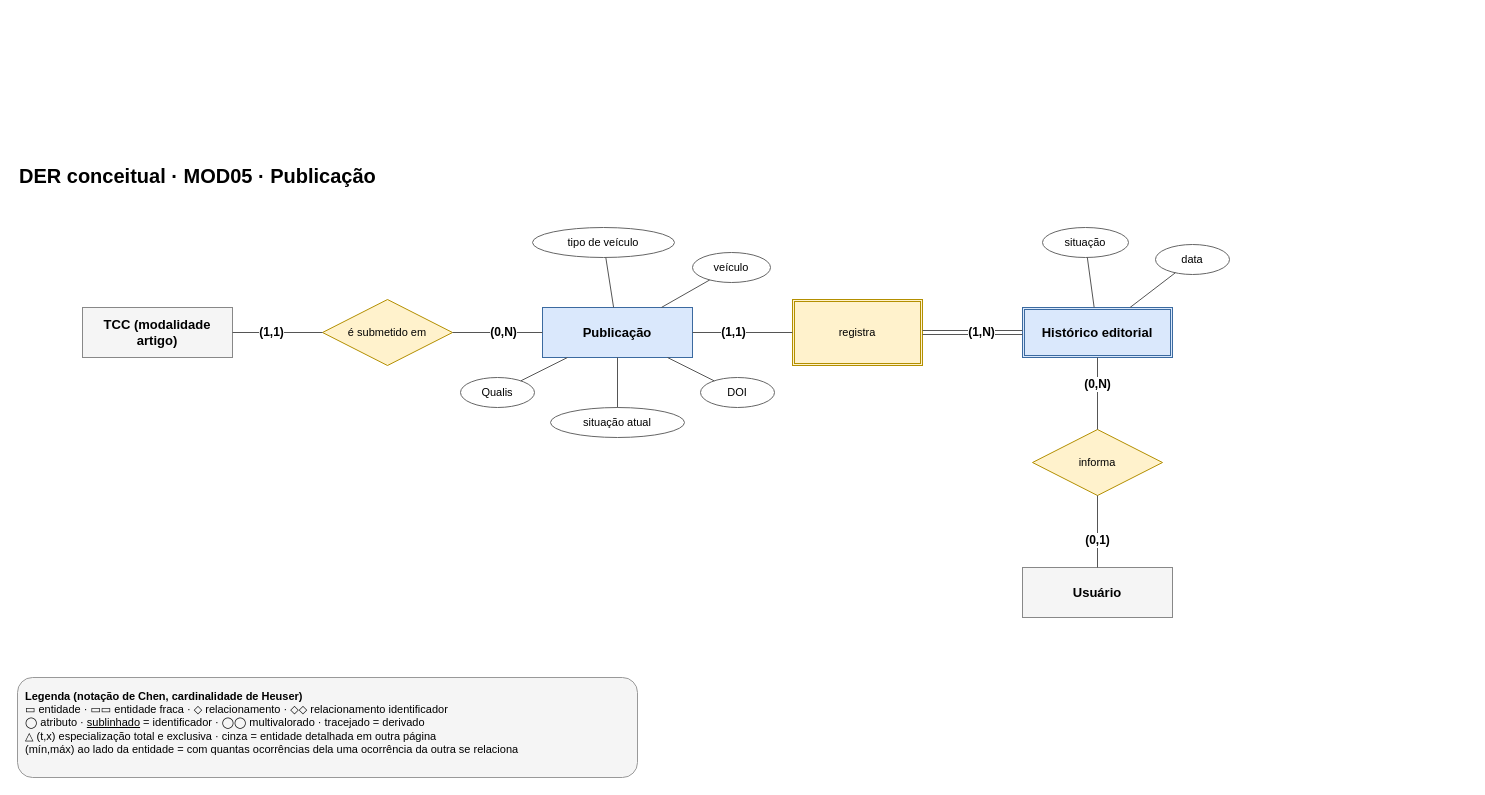
Above: page "MOD05 · Publicação" (7 of 7) of docs/modelagem/der-conceitual-siga-uea.drawio in SIGA-UEA/sigauea (draw.io), before the change. Source tidied: cells renumbered, new cells numbered last; positions are measured from the earlier drawing's top-left corner, leaving out a move shared by most shapes. Both pictures are drawn from the tidied source at 100%, with x=0, y=0 at pixel (17, 157).
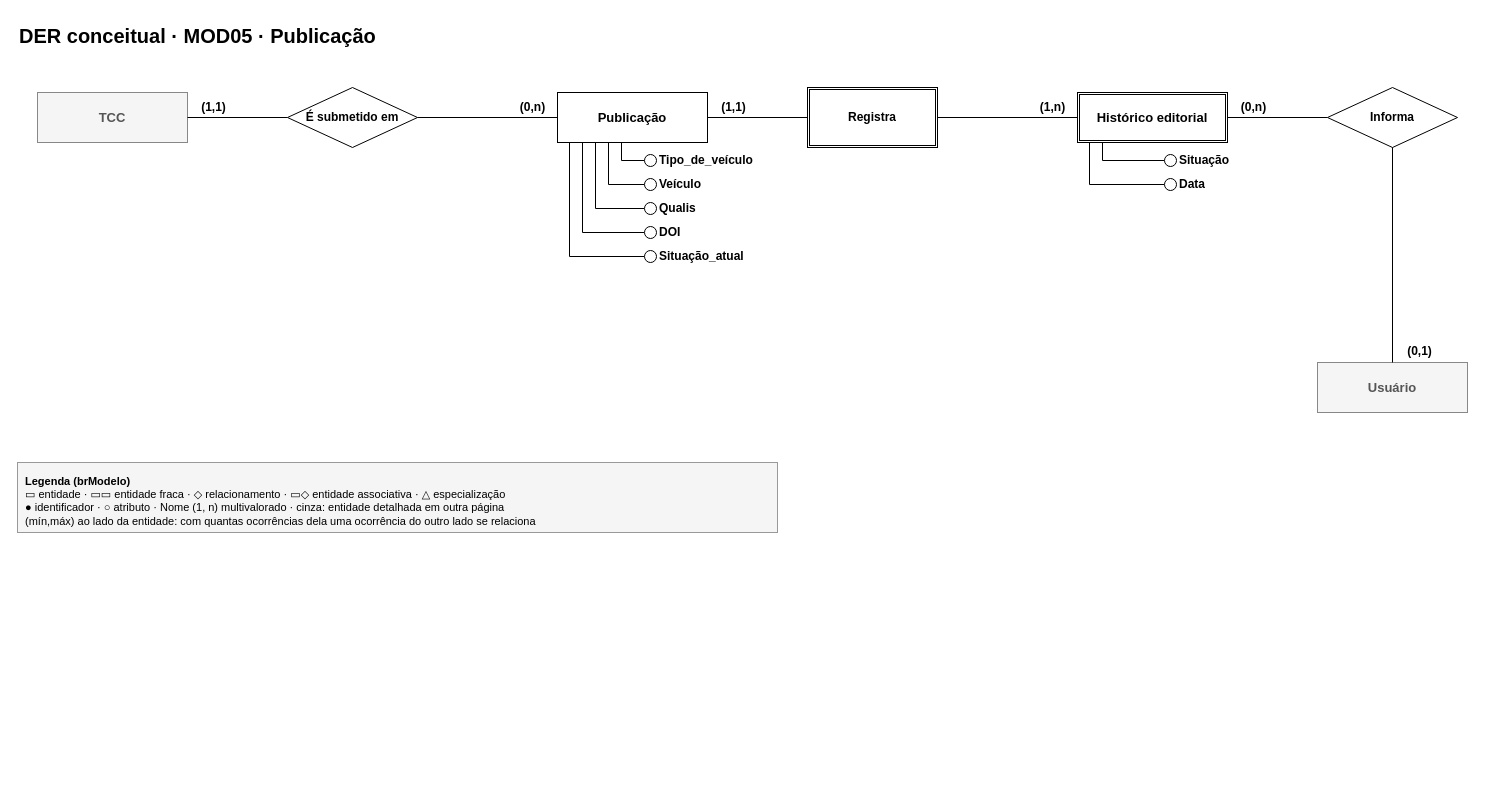
The same diagram, later.

Commit message (it also covers changes not shown here):
docs: DER conceitual no estilo brModelo

Change to the diagram source:
```diff
@@
     <mxCell id="2" value="DER conceitual · MOD05 · Publicação" style="text;html=1;fontSize=20;fontStyle=1;align=left;" parent="1" vertex="1">
-      <mxGeometry width="1400" height="34" as="geometry" />
+      <mxGeometry y="-140" width="1400" height="34" as="geometry" />
     </mxCell>
-    <mxCell id="3" value="TCC (modalidade artigo)" style="rounded=0;whiteSpace=wrap;html=1;fontStyle=1;fontSize=13;fillColor=#f5f5f5;strokeColor=#888888;" parent="1" vertex="1">
-      <mxGeometry x="65" y="150" width="150" height="50" as="geometry" />
-    </mxCell>
+    <mxCell id="31" value="TCC" style="rounded=0;whiteSpace=wrap;html=1;fontStyle=1;fontSize=13;fillColor=#f5f5f5;strokeColor=#888888;fontColor=#555555;" parent="1" vertex="1">
+      <mxGeometry x="20" y="-65" width="150" height="50" as="geometry" />
+    </mxCell>
-    <mxCell id="4" value="Publicação" style="rounded=0;whiteSpace=wrap;html=1;fontStyle=1;fontSize=13;fillColor=#dae8fc;strokeColor=#3b6aa0;" parent="1" vertex="1">
-      <mxGeometry x="525" y="150" width="150" height="50" as="geometry" />
+    <mxCell id="4" value="Publicação" style="rounded=0;whiteSpace=wrap;html=1;fontStyle=1;fontSize=13;fillColor=#ffffff;strokeColor=#000000;" parent="1" vertex="1">
+      <mxGeometry x="540" y="-65" width="150" height="50" as="geometry" />
     </mxCell>
-    <mxCell id="5" value="é submetido em" style="rhombus;whiteSpace=wrap;html=1;fontSize=11;fillColor=#fff2cc;strokeColor=#b38f00;" parent="1" vertex="1">
-      <mxGeometry x="305" y="142" width="130" height="66" as="geometry" />
-    </mxCell>
+    <mxCell id="32" value="É submetido em" style="rhombus;whiteSpace=wrap;html=1;fontSize=12;fontStyle=1;fillColor=#ffffff;strokeColor=#000000;" parent="1" vertex="1">
+      <mxGeometry x="270" y="-70" width="130" height="60" as="geometry" />
+    </mxCell>
-    <mxCell id="6" value="Histórico editorial" style="rounded=0;whiteSpace=wrap;html=1;fontStyle=1;fontSize=13;shape=ext;double=1;fillColor=#dae8fc;strokeColor=#3b6aa0;" parent="1" vertex="1">
-      <mxGeometry x="1005" y="150" width="150" height="50" as="geometry" />
+    <mxCell id="6" value="Histórico editorial" style="rounded=0;whiteSpace=wrap;html=1;fontStyle=1;fontSize=13;shape=ext;double=1;fillColor=#ffffff;strokeColor=#000000;" parent="1" vertex="1">
+      <mxGeometry x="1060" y="-65" width="150" height="50" as="geometry" />
     </mxCell>
-    <mxCell id="7" value="registra" style="rhombus;whiteSpace=wrap;html=1;fontSize=11;fillColor=#fff2cc;strokeColor=#b38f00;shape=ext;double=1;" parent="1" vertex="1">
-      <mxGeometry x="775" y="142" width="130" height="66" as="geometry" />
-    </mxCell>
+    <mxCell id="33" value="Registra" style="rhombus;whiteSpace=wrap;html=1;fontSize=12;fontStyle=1;fillColor=#ffffff;strokeColor=#000000;shape=ext;double=1;" parent="1" vertex="1">
+      <mxGeometry x="790" y="-70" width="130" height="60" as="geometry" />
+    </mxCell>
-    <mxCell id="8" value="Usuário" style="rounded=0;whiteSpace=wrap;html=1;fontStyle=1;fontSize=13;fillColor=#f5f5f5;strokeColor=#888888;" parent="1" vertex="1">
-      <mxGeometry x="1005" y="410" width="150" height="50" as="geometry" />
+    <mxCell id="8" value="Usuário" style="rounded=0;whiteSpace=wrap;html=1;fontStyle=1;fontSize=13;fillColor=#f5f5f5;strokeColor=#888888;fontColor=#555555;" parent="1" vertex="1">
+      <mxGeometry x="1300" y="205" width="150" height="50" as="geometry" />
     </mxCell>
-    <mxCell id="9" value="informa" style="rhombus;whiteSpace=wrap;html=1;fontSize=11;fillColor=#fff2cc;strokeColor=#b38f00;" parent="1" vertex="1">
-      <mxGeometry x="1015" y="272" width="130" height="66" as="geometry" />
-    </mxCell>
-    <mxCell id="10" value="tipo de veículo" style="ellipse;whiteSpace=wrap;html=1;fontSize=11;fillColor=#ffffff;strokeColor=#666666;" parent="1" vertex="1">
-      <mxGeometry x="515" y="70" width="142" height="30" as="geometry" />
-    </mxCell>
-    <mxCell id="11" value="veículo" style="ellipse;whiteSpace=wrap;html=1;fontSize=11;fillColor=#ffffff;strokeColor=#666666;" parent="1" vertex="1">
-      <mxGeometry x="675" y="95" width="78" height="30" as="geometry" />
-    </mxCell>
+    <mxCell id="34" value="Informa" style="rhombus;whiteSpace=wrap;html=1;fontSize=12;fontStyle=1;fillColor=#ffffff;strokeColor=#000000;" parent="1" vertex="1">
+      <mxGeometry x="1310" y="-70" width="130" height="60" as="geometry" />
+    </mxCell>
+    <mxCell id="35" style="endArrow=none;html=1;rounded=0;edgeStyle=none;strokeColor=#000000;" parent="1" edge="1">
+      <mxGeometry relative="1" as="geometry">
+        <mxPoint x="604" y="-15" as="sourcePoint" />
+        <mxPoint x="604" y="3" as="targetPoint" />
+      </mxGeometry>
+    </mxCell>
+    <mxCell id="36" style="endArrow=none;html=1;rounded=0;edgeStyle=none;strokeColor=#000000;" parent="1" edge="1">
+      <mxGeometry relative="1" as="geometry">
+        <mxPoint x="604" y="3" as="sourcePoint" />
+        <mxPoint x="627" y="3" as="targetPoint" />
+      </mxGeometry>
+    </mxCell>
+    <mxCell id="37" style="endArrow=none;html=1;rounded=0;edgeStyle=none;strokeColor=#000000;" parent="1" edge="1">
+      <mxGeometry relative="1" as="geometry">
+        <mxPoint x="591" y="-15" as="sourcePoint" />
+        <mxPoint x="591" y="27" as="targetPoint" />
+      </mxGeometry>
+    </mxCell>
+    <mxCell id="38" style="endArrow=none;html=1;rounded=0;edgeStyle=none;strokeColor=#000000;" parent="1" edge="1">
+      <mxGeometry relative="1" as="geometry">
+        <mxPoint x="591" y="27" as="sourcePoint" />
+        <mxPoint x="627" y="27" as="targetPoint" />
+      </mxGeometry>
+    </mxCell>
+    <mxCell id="39" style="endArrow=none;html=1;rounded=0;edgeStyle=none;strokeColor=#000000;" parent="1" edge="1">
+      <mxGeometry relative="1" as="geometry">
+        <mxPoint x="578" y="-15" as="sourcePoint" />
+        <mxPoint x="578" y="51" as="targetPoint" />
+      </mxGeometry>
+    </mxCell>
+    <mxCell id="40" style="endArrow=none;html=1;rounded=0;edgeStyle=none;strokeColor=#000000;" parent="1" edge="1">
+      <mxGeometry relative="1" as="geometry">
+        <mxPoint x="578" y="51" as="sourcePoint" />
+        <mxPoint x="627" y="51" as="targetPoint" />
+      </mxGeometry>
+    </mxCell>
+    <mxCell id="41" style="endArrow=none;html=1;rounded=0;edgeStyle=none;strokeColor=#000000;" parent="1" edge="1">
+      <mxGeometry relative="1" as="geometry">
+        <mxPoint x="565" y="-15" as="sourcePoint" />
+        <mxPoint x="565" y="75" as="targetPoint" />
+      </mxGeometry>
+    </mxCell>
+    <mxCell id="42" style="endArrow=none;html=1;rounded=0;edgeStyle=none;strokeColor=#000000;" parent="1" edge="1">
+      <mxGeometry relative="1" as="geometry">
+        <mxPoint x="565" y="75" as="sourcePoint" />
+        <mxPoint x="627" y="75" as="targetPoint" />
+      </mxGeometry>
+    </mxCell>
+    <mxCell id="43" style="endArrow=none;html=1;rounded=0;edgeStyle=none;strokeColor=#000000;" parent="1" edge="1">
+      <mxGeometry relative="1" as="geometry">
+        <mxPoint x="552" y="-15" as="sourcePoint" />
+        <mxPoint x="552" y="99" as="targetPoint" />
+      </mxGeometry>
+    </mxCell>
+    <mxCell id="44" style="endArrow=none;html=1;rounded=0;edgeStyle=none;strokeColor=#000000;" parent="1" edge="1">
+      <mxGeometry relative="1" as="geometry">
+        <mxPoint x="552" y="99" as="sourcePoint" />
+        <mxPoint x="627" y="99" as="targetPoint" />
+      </mxGeometry>
+    </mxCell>
+    <mxCell id="45" style="endArrow=none;html=1;rounded=0;edgeStyle=none;strokeColor=#000000;" parent="1" edge="1">
+      <mxGeometry relative="1" as="geometry">
+        <mxPoint x="1085" y="-15" as="sourcePoint" />
+        <mxPoint x="1085" y="3" as="targetPoint" />
+      </mxGeometry>
+    </mxCell>
+    <mxCell id="46" style="endArrow=none;html=1;rounded=0;edgeStyle=none;strokeColor=#000000;" parent="1" edge="1">
+      <mxGeometry relative="1" as="geometry">
+        <mxPoint x="1085" y="3" as="sourcePoint" />
+        <mxPoint x="1147" y="3" as="targetPoint" />
+      </mxGeometry>
+    </mxCell>
+    <mxCell id="47" style="endArrow=none;html=1;rounded=0;edgeStyle=none;strokeColor=#000000;" parent="1" edge="1">
+      <mxGeometry relative="1" as="geometry">
+        <mxPoint x="1072" y="-15" as="sourcePoint" />
+        <mxPoint x="1072" y="27" as="targetPoint" />
+      </mxGeometry>
+    </mxCell>
+    <mxCell id="48" style="endArrow=none;html=1;rounded=0;edgeStyle=none;strokeColor=#000000;" parent="1" edge="1">
+      <mxGeometry relative="1" as="geometry">
+        <mxPoint x="1072" y="27" as="sourcePoint" />
+        <mxPoint x="1147" y="27" as="targetPoint" />
+      </mxGeometry>
+    </mxCell>
+    <mxCell id="49" style="ellipse;html=1;fillColor=#ffffff;strokeColor=#000000;" parent="1" vertex="1">
+      <mxGeometry x="627" y="-3" width="12" height="12" as="geometry" />
+    </mxCell>
+    <mxCell id="50" value="Tipo_de_veículo" style="text;html=1;align=left;verticalAlign=middle;fontSize=12;fontStyle=1;spacing=0;" parent="1" vertex="1">
+      <mxGeometry x="642" y="-6" width="120" height="18" as="geometry" />
+    </mxCell>
+    <mxCell id="51" style="ellipse;html=1;fillColor=#ffffff;strokeColor=#000000;" parent="1" vertex="1">
+      <mxGeometry x="627" y="21" width="12" height="12" as="geometry" />
+    </mxCell>
+    <mxCell id="52" value="Veículo" style="text;html=1;align=left;verticalAlign=middle;fontSize=12;fontStyle=1;spacing=0;" parent="1" vertex="1">
+      <mxGeometry x="642" y="18" width="62.4" height="18" as="geometry" />
+    </mxCell>
+    <mxCell id="53" style="ellipse;html=1;fillColor=#ffffff;strokeColor=#000000;" parent="1" vertex="1">
+      <mxGeometry x="627" y="45" width="12" height="12" as="geometry" />
+    </mxCell>
-    <mxCell id="12" value="Qualis" style="ellipse;whiteSpace=wrap;html=1;fontSize=11;fillColor=#ffffff;strokeColor=#666666;" parent="1" vertex="1">
-      <mxGeometry x="443" y="220" width="74" height="30" as="geometry" />
+    <mxCell id="12" value="Qualis" style="text;html=1;align=left;verticalAlign=middle;fontSize=12;fontStyle=1;spacing=0;" parent="1" vertex="1">
+      <mxGeometry x="642" y="42" width="55.2" height="18" as="geometry" />
     </mxCell>
+    <mxCell id="54" style="ellipse;html=1;fillColor=#ffffff;strokeColor=#000000;" parent="1" vertex="1">
+      <mxGeometry x="627" y="69" width="12" height="12" as="geometry" />
+    </mxCell>
-    <mxCell id="13" value="DOI" style="ellipse;whiteSpace=wrap;html=1;fontSize=11;fillColor=#ffffff;strokeColor=#666666;" parent="1" vertex="1">
-      <mxGeometry x="683" y="220" width="74" height="30" as="geometry" />
+    <mxCell id="13" value="DOI" style="text;html=1;align=left;verticalAlign=middle;fontSize=12;fontStyle=1;spacing=0;" parent="1" vertex="1">
+      <mxGeometry x="642" y="66" width="33.6" height="18" as="geometry" />
     </mxCell>
-    <mxCell id="14" value="situação atual" style="ellipse;whiteSpace=wrap;html=1;fontSize=11;fillColor=#ffffff;strokeColor=#666666;" parent="1" vertex="1">
-      <mxGeometry x="533" y="250" width="134" height="30" as="geometry" />
-    </mxCell>
-    <mxCell id="15" value="situação" style="ellipse;whiteSpace=wrap;html=1;fontSize=11;fillColor=#ffffff;strokeColor=#666666;" parent="1" vertex="1">
-      <mxGeometry x="1025" y="70" width="86" height="30" as="geometry" />
-    </mxCell>
-    <mxCell id="16" value="data" style="ellipse;whiteSpace=wrap;html=1;fontSize=11;fillColor=#ffffff;strokeColor=#666666;" parent="1" vertex="1">
-      <mxGeometry x="1138" y="87" width="74" height="30" as="geometry" />
-    </mxCell>
-    <mxCell id="17" value="(1,1)" style="endArrow=none;html=1;rounded=0;strokeColor=#555555;fontSize=12;fontStyle=1;labelBackgroundColor=#ffffff;" parent="1" edge="1" source="5" target="3">
-      <mxGeometry x="0.14" relative="1" as="geometry" />
-    </mxCell>
-    <mxCell id="18" value="(0,N)" style="endArrow=none;html=1;rounded=0;strokeColor=#555555;fontSize=12;fontStyle=1;labelBackgroundColor=#ffffff;" parent="1" edge="1" source="5" target="4">
-      <mxGeometry x="0.14" relative="1" as="geometry" />
-    </mxCell>
-    <mxCell id="19" value="(1,1)" style="endArrow=none;html=1;rounded=0;strokeColor=#555555;fontSize=12;fontStyle=1;labelBackgroundColor=#ffffff;" parent="1" edge="1" source="7" target="4">
-      <mxGeometry x="0.18" relative="1" as="geometry" />
-    </mxCell>
-    <mxCell id="20" value="(1,N)" style="endArrow=none;html=1;rounded=0;strokeColor=#555555;fontSize=12;fontStyle=1;labelBackgroundColor=#ffffff;shape=link;" parent="1" edge="1" source="7" target="6">
-      <mxGeometry x="0.18" relative="1" as="geometry" />
-    </mxCell>
+    <mxCell id="55" style="ellipse;html=1;fillColor=#ffffff;strokeColor=#000000;" parent="1" vertex="1">
+      <mxGeometry x="627" y="93" width="12" height="12" as="geometry" />
+    </mxCell>
+    <mxCell id="56" value="Situação_atual" style="text;html=1;align=left;verticalAlign=middle;fontSize=12;fontStyle=1;spacing=0;" parent="1" vertex="1">
+      <mxGeometry x="642" y="90" width="112.8" height="18" as="geometry" />
+    </mxCell>
+    <mxCell id="57" style="ellipse;html=1;fillColor=#ffffff;strokeColor=#000000;" parent="1" vertex="1">
+      <mxGeometry x="1147" y="-3" width="12" height="12" as="geometry" />
+    </mxCell>
+    <mxCell id="58" value="Situação" style="text;html=1;align=left;verticalAlign=middle;fontSize=12;fontStyle=1;spacing=0;" parent="1" vertex="1">
+      <mxGeometry x="1162" y="-6" width="69.6" height="18" as="geometry" />
+    </mxCell>
+    <mxCell id="59" style="ellipse;html=1;fillColor=#ffffff;strokeColor=#000000;" parent="1" vertex="1">
+      <mxGeometry x="1147" y="21" width="12" height="12" as="geometry" />
+    </mxCell>
+    <mxCell id="60" value="Data" style="text;html=1;align=left;verticalAlign=middle;fontSize=12;fontStyle=1;spacing=0;" parent="1" vertex="1">
+      <mxGeometry x="1162" y="18" width="40.8" height="18" as="geometry" />
+    </mxCell>
+    <mxCell id="61" style="endArrow=none;html=1;rounded=0;edgeStyle=none;strokeColor=#000000;" parent="1" edge="1">
+      <mxGeometry relative="1" as="geometry">
+        <mxPoint x="270" y="-40" as="sourcePoint" />
+        <mxPoint x="170" y="-40" as="targetPoint" />
+      </mxGeometry>
+    </mxCell>
+    <mxCell id="62" style="endArrow=none;html=1;rounded=0;edgeStyle=none;strokeColor=#000000;" parent="1" edge="1">
+      <mxGeometry relative="1" as="geometry">
+        <mxPoint x="400" y="-40" as="sourcePoint" />
+        <mxPoint x="540" y="-40" as="targetPoint" />
+      </mxGeometry>
+    </mxCell>
+    <mxCell id="63" style="endArrow=none;html=1;rounded=0;edgeStyle=none;strokeColor=#000000;" parent="1" edge="1">
+      <mxGeometry relative="1" as="geometry">
+        <mxPoint x="790" y="-40" as="sourcePoint" />
+        <mxPoint x="690" y="-40" as="targetPoint" />
+      </mxGeometry>
+    </mxCell>
+    <mxCell id="64" style="endArrow=none;html=1;rounded=0;edgeStyle=none;strokeColor=#000000;" parent="1" edge="1">
+      <mxGeometry relative="1" as="geometry">
+        <mxPoint x="920" y="-40" as="sourcePoint" />
+        <mxPoint x="1060" y="-40" as="targetPoint" />
+      </mxGeometry>
+    </mxCell>
+    <mxCell id="65" style="endArrow=none;html=1;rounded=0;edgeStyle=none;strokeColor=#000000;" parent="1" edge="1">
+      <mxGeometry relative="1" as="geometry">
+        <mxPoint x="1310" y="-40" as="sourcePoint" />
+        <mxPoint x="1210" y="-40" as="targetPoint" />
+      </mxGeometry>
+    </mxCell>
+    <mxCell id="66" style="endArrow=none;html=1;rounded=0;edgeStyle=none;strokeColor=#000000;" parent="1" edge="1">
+      <mxGeometry relative="1" as="geometry">
+        <mxPoint x="1375" y="-10" as="sourcePoint" />
+        <mxPoint x="1375" y="205" as="targetPoint" />
+      </mxGeometry>
+    </mxCell>
+    <mxCell id="67" value="(1,1)" style="text;html=1;align=center;verticalAlign=middle;fontSize=12;fontStyle=1;spacing=0;" parent="1" vertex="1">
+      <mxGeometry x="174" y="-58" width="44" height="16" as="geometry" />
+    </mxCell>
+    <mxCell id="68" value="(0,n)" style="text;html=1;align=center;verticalAlign=middle;fontSize=12;fontStyle=1;spacing=0;" parent="1" vertex="1">
+      <mxGeometry x="493" y="-58" width="44" height="16" as="geometry" />
+    </mxCell>
+    <mxCell id="69" value="(1,1)" style="text;html=1;align=center;verticalAlign=middle;fontSize=12;fontStyle=1;spacing=0;" parent="1" vertex="1">
+      <mxGeometry x="694" y="-58" width="44" height="16" as="geometry" />
+    </mxCell>
+    <mxCell id="70" value="(1,n)" style="text;html=1;align=center;verticalAlign=middle;fontSize=12;fontStyle=1;spacing=0;" parent="1" vertex="1">
+      <mxGeometry x="1013" y="-58" width="44" height="16" as="geometry" />
+    </mxCell>
+    <mxCell id="71" value="(0,n)" style="text;html=1;align=center;verticalAlign=middle;fontSize=12;fontStyle=1;spacing=0;" parent="1" vertex="1">
+      <mxGeometry x="1214" y="-58" width="44" height="16" as="geometry" />
+    </mxCell>
-    <mxCell id="21" value="(0,1)" style="endArrow=none;html=1;rounded=0;strokeColor=#555555;fontSize=12;fontStyle=1;labelBackgroundColor=#ffffff;" parent="1" edge="1" source="9" target="8">
-      <mxGeometry x="0.25" relative="1" as="geometry" />
+    <mxCell id="21" value="(0,1)" style="text;html=1;align=center;verticalAlign=middle;fontSize=12;fontStyle=1;spacing=0;" parent="1" vertex="1">
+      <mxGeometry x="1380" y="186" width="44" height="16" as="geometry" />
     </mxCell>
-    <mxCell id="22" value="(0,N)" style="endArrow=none;html=1;rounded=0;strokeColor=#555555;fontSize=12;fontStyle=1;labelBackgroundColor=#ffffff;" parent="1" edge="1" source="9" target="6">
-      <mxGeometry x="0.25" relative="1" as="geometry" />
-    </mxCell>
-    <mxCell id="23" style="endArrow=none;html=1;rounded=0;strokeColor=#555555;fontSize=12;fontStyle=1;labelBackgroundColor=#ffffff;" parent="1" edge="1" source="10" target="4">
-      <mxGeometry relative="1" as="geometry" />
-    </mxCell>
-    <mxCell id="24" style="endArrow=none;html=1;rounded=0;strokeColor=#555555;fontSize=12;fontStyle=1;labelBackgroundColor=#ffffff;" parent="1" edge="1" source="11" target="4">
-      <mxGeometry relative="1" as="geometry" />
-    </mxCell>
-    <mxCell id="25" style="endArrow=none;html=1;rounded=0;strokeColor=#555555;fontSize=12;fontStyle=1;labelBackgroundColor=#ffffff;" parent="1" edge="1" source="12" target="4">
-      <mxGeometry relative="1" as="geometry" />
-    </mxCell>
-    <mxCell id="26" style="endArrow=none;html=1;rounded=0;strokeColor=#555555;fontSize=12;fontStyle=1;labelBackgroundColor=#ffffff;" parent="1" edge="1" source="13" target="4">
-      <mxGeometry relative="1" as="geometry" />
-    </mxCell>
-    <mxCell id="27" style="endArrow=none;html=1;rounded=0;strokeColor=#555555;fontSize=12;fontStyle=1;labelBackgroundColor=#ffffff;" parent="1" edge="1" source="14" target="4">
-      <mxGeometry relative="1" as="geometry" />
-    </mxCell>
-    <mxCell id="28" style="endArrow=none;html=1;rounded=0;strokeColor=#555555;fontSize=12;fontStyle=1;labelBackgroundColor=#ffffff;" parent="1" edge="1" source="15" target="6">
-      <mxGeometry relative="1" as="geometry" />
-    </mxCell>
-    <mxCell id="29" style="endArrow=none;html=1;rounded=0;strokeColor=#555555;fontSize=12;fontStyle=1;labelBackgroundColor=#ffffff;" parent="1" edge="1" source="16" target="6">
-      <mxGeometry relative="1" as="geometry" />
-    </mxCell>
-    <mxCell id="30" value="&lt;b&gt;Legenda (notação de Chen, cardinalidade de Heuser)&lt;/b&gt;&lt;br&gt;▭ entidade · ▭▭ entidade fraca · ◇ relacionamento · ◇◇ relacionamento identificador&lt;br&gt;◯ atributo · &lt;u&gt;sublinhado&lt;/u&gt; = identificador · ◯◯ multivalorado · tracejado = derivado&lt;br&gt;△ (t,x) especialização total e exclusiva · cinza = entidade detalhada em outra página&lt;br&gt;(mín,máx) ao lado da entidade = com quantas ocorrências dela uma ocorrência da outra se relaciona" style="text;html=1;align=left;verticalAlign=top;spacing=8;fillColor=#f5f5f5;strokeColor=#999999;rounded=1;fontSize=11;" parent="1" vertex="1">
-      <mxGeometry y="520" width="620" height="100" as="geometry" />
-    </mxCell>
+    <mxCell id="72" value="&lt;b&gt;Legenda (brModelo)&lt;/b&gt;&lt;br&gt;▭ entidade · ▭▭ entidade fraca · ◇ relacionamento · ▭◇ entidade associativa · △ especialização&lt;br&gt;● identificador · ○ atributo · Nome (1, n) multivalorado · cinza: entidade detalhada em outra página&lt;br&gt;(mín,máx) ao lado da entidade: com quantas ocorrências dela uma ocorrência do outro lado se relaciona" style="text;html=1;align=left;verticalAlign=top;spacing=8;fillColor=#f5f5f5;strokeColor=#999999;fontSize=11;" parent="1" vertex="1">
+      <mxGeometry y="305" width="760" height="70" as="geometry" />
+    </mxCell>
```
